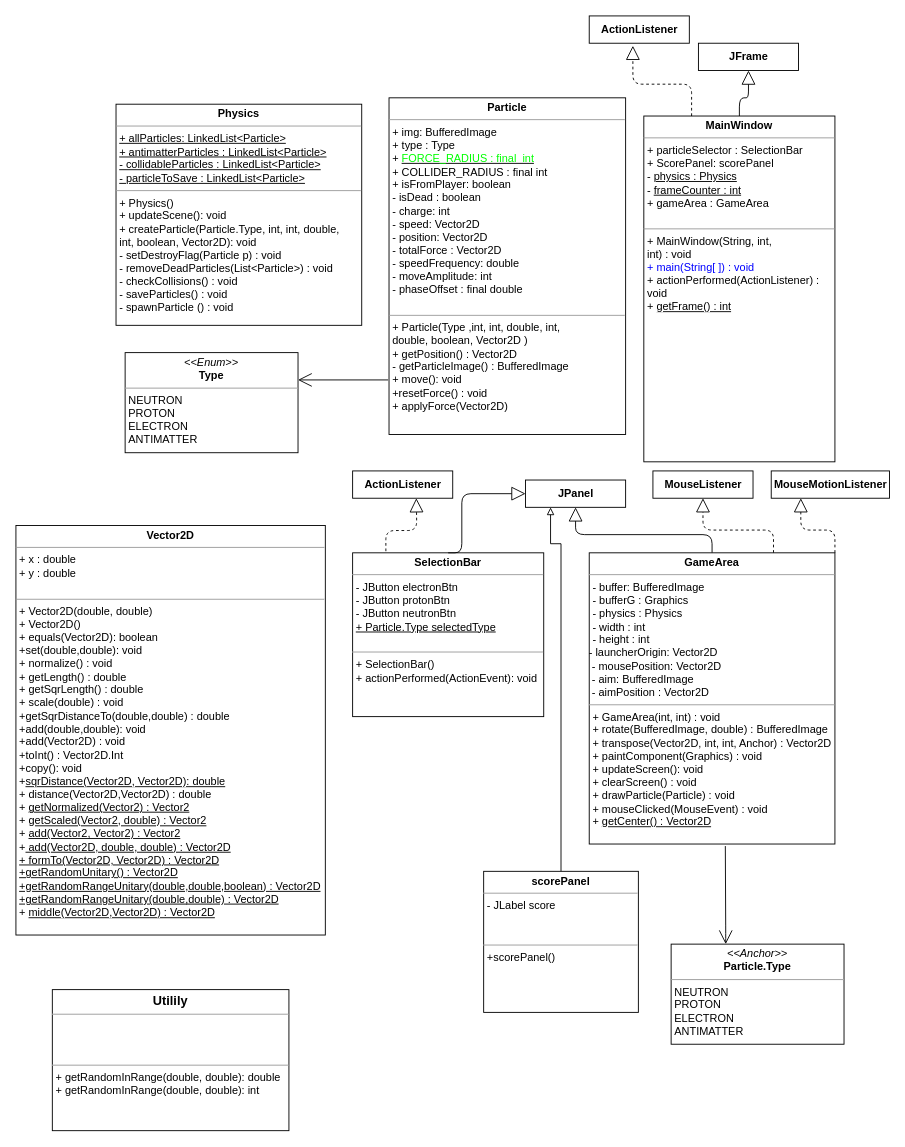
The draw.io diagram DiagrammeUML.drawio in Iman974/Algo_Proj2A, before the edit. Source tidied: cells renumbered, new cells numbered last; positions are measured from the earlier drawing's top-left corner, leaving out a move shared by most shapes. Both pictures are drawn from the tidied source at 91%, with x=0, y=0 at pixel (15, 15).
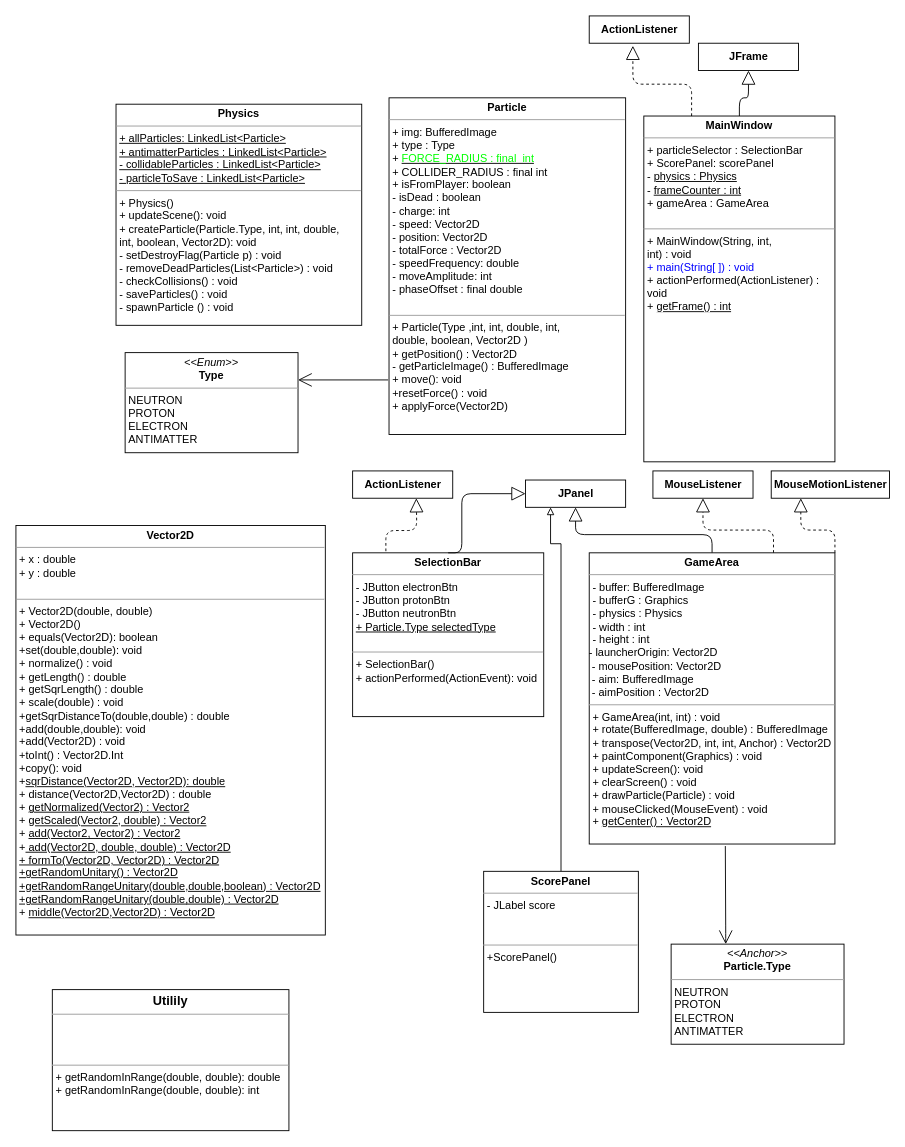
After the change.

What changed in the source:
```diff
@@
-    <mxCell id="18" value="&lt;p style=&quot;margin: 0px ; margin-top: 4px ; text-align: center&quot;&gt;&lt;b&gt;scorePanel&lt;/b&gt;&lt;/p&gt;&lt;hr size=&quot;1&quot;&gt;&lt;p style=&quot;margin: 0px ; margin-left: 4px&quot;&gt;- JLabel score&lt;/p&gt;&lt;p style=&quot;margin: 0px ; margin-left: 4px&quot;&gt;&lt;br&gt;&lt;/p&gt;&lt;div style=&quot;padding: 0px ; margin: 0px&quot;&gt;&lt;br style=&quot;padding: 0px ; margin: 0px&quot;&gt;&lt;/div&gt;&lt;hr size=&quot;1&quot;&gt;&lt;p style=&quot;margin: 0px ; margin-left: 4px&quot;&gt;+scorePanel()&lt;/p&gt;" style="verticalAlign=top;align=left;overflow=fill;fontSize=12;fontFamily=Helvetica;html=1;rounded=0;shadow=0;comic=0;labelBackgroundColor=none;strokeWidth=1;" parent="1" vertex="1">
+    <mxCell id="18" value="&lt;p style=&quot;margin: 0px ; margin-top: 4px ; text-align: center&quot;&gt;&lt;b&gt;ScorePanel&lt;/b&gt;&lt;/p&gt;&lt;hr size=&quot;1&quot;&gt;&lt;p style=&quot;margin: 0px ; margin-left: 4px&quot;&gt;- JLabel score&lt;/p&gt;&lt;p style=&quot;margin: 0px ; margin-left: 4px&quot;&gt;&lt;br&gt;&lt;/p&gt;&lt;div style=&quot;padding: 0px ; margin: 0px&quot;&gt;&lt;br style=&quot;padding: 0px ; margin: 0px&quot;&gt;&lt;/div&gt;&lt;hr size=&quot;1&quot;&gt;&lt;p style=&quot;margin: 0px ; margin-left: 4px&quot;&gt;+ScorePanel()&lt;/p&gt;" style="verticalAlign=top;align=left;overflow=fill;fontSize=12;fontFamily=Helvetica;html=1;rounded=0;shadow=0;comic=0;labelBackgroundColor=none;strokeWidth=1;" parent="1" vertex="1">
       <mxGeometry x="514" y="940" width="170" height="155" as="geometry" />
     </mxCell>
```
